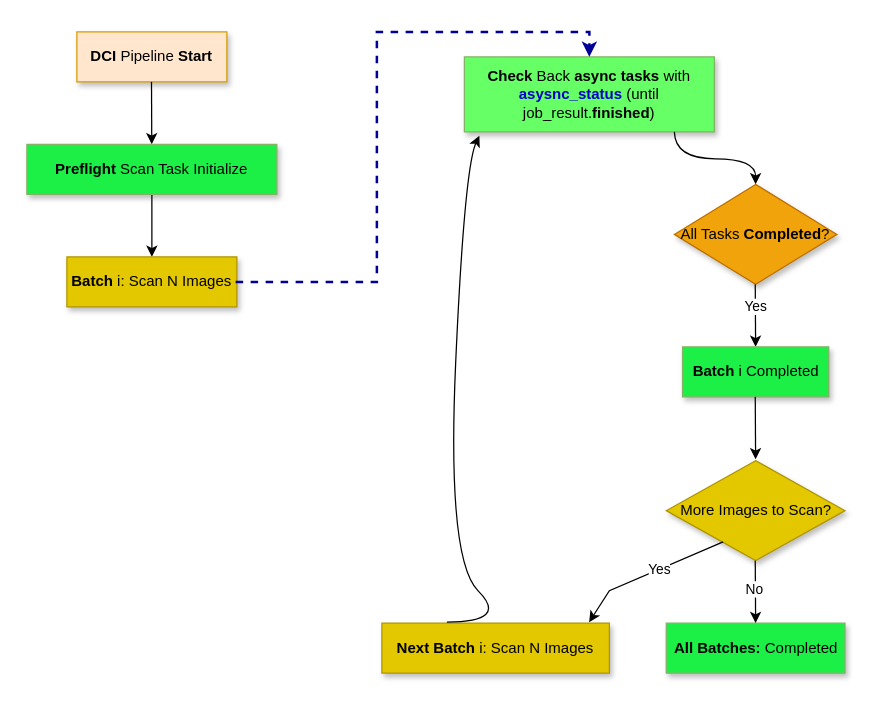
This is parallel-async.drawio from ansvu/ava-project, a draw.io file, before an edit. Source tidied: cells renumbered, new cells numbered last; positions are measured from the earlier drawing's top-left corner, leaving out a move shared by most shapes. Both pictures are drawn from the tidied source at 125%, with x=0, y=0 at pixel (26, 31).
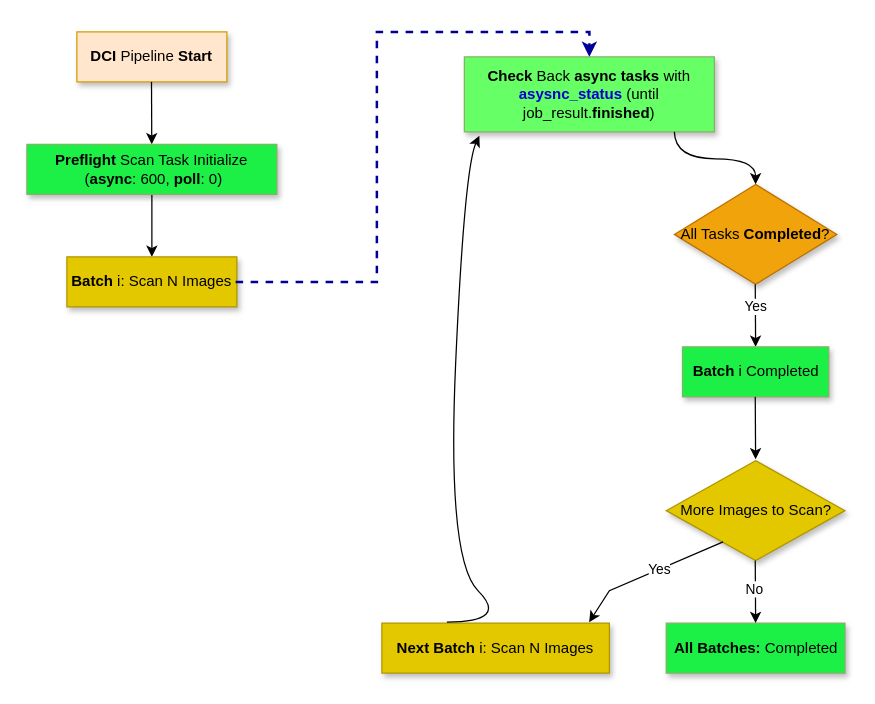
The same diagram, later.

The edit, as a diff of the source:
```diff
@@
-    <mxCell id="5" value="&lt;b&gt;Preflight&lt;/b&gt;&amp;nbsp;Scan Task Initialize" style="rounded=0;whiteSpace=wrap;html=1;fillColor=#1CF047;strokeColor=#82b366;shadow=1;" parent="1" vertex="1">
+    <mxCell id="5" value="&lt;b&gt;Preflight&lt;/b&gt;&amp;nbsp;Scan Task Initialize&lt;br&gt;&amp;nbsp;(&lt;b&gt;async&lt;/b&gt;: 600, &lt;b&gt;poll&lt;/b&gt;: 0)" style="rounded=0;whiteSpace=wrap;html=1;fillColor=#1CF047;strokeColor=#82b366;shadow=1;" parent="1" vertex="1">
       <mxGeometry y="90" width="200" height="40" as="geometry" />
     </mxCell>
```
